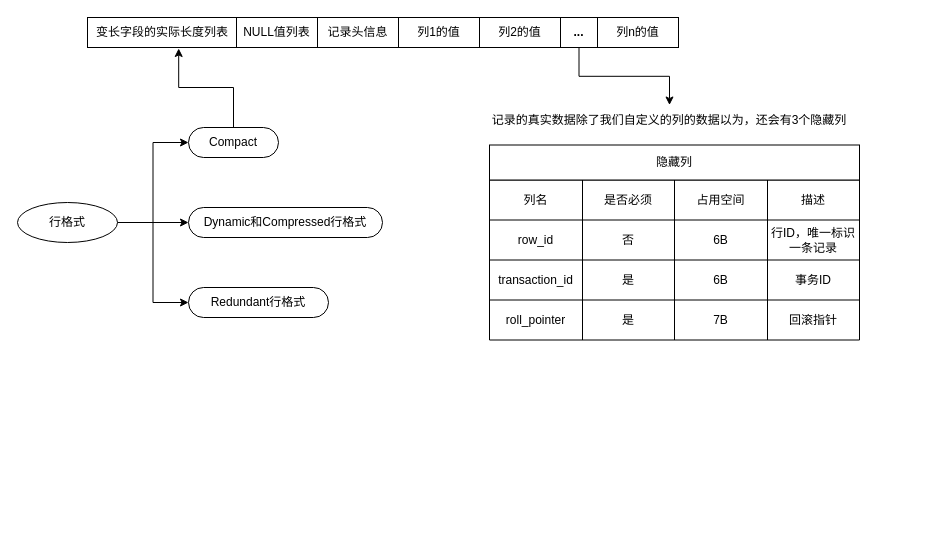
Above: page "行格式" (2 of 4) of 毕设管理系统/B+树.drawio in FdfGithub/drawio (draw.io), before the change. Source tidied: cells renumbered, new cells numbered last; positions are measured from the earlier drawing's top-left corner, leaving out a move shared by most shapes. Both pictures are drawn from the tidied source at 100%, with x=0, y=0 at pixel (17, 17).
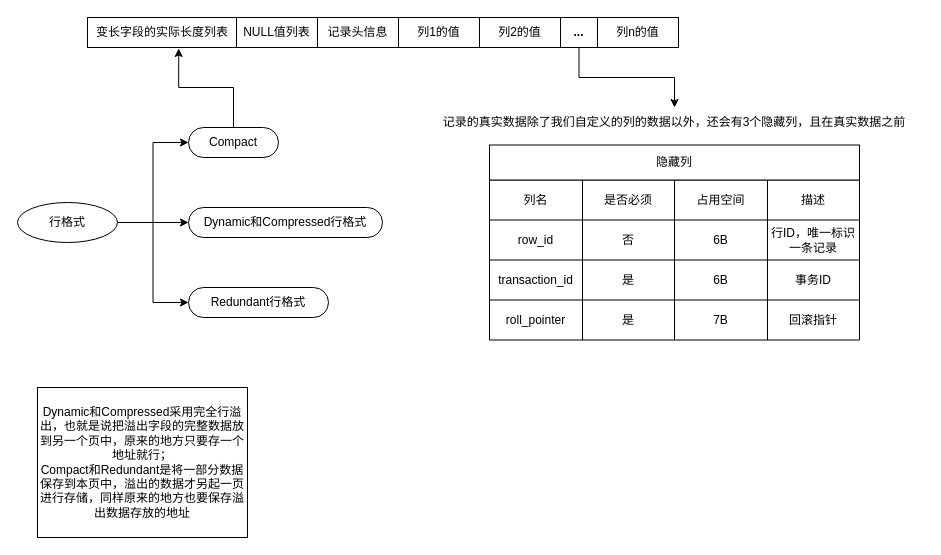
After the change.

Diff of the diagram source:
```diff
@@
-    <mxCell id="39" value="记录的真实数据除了我们自定义的列的数据以为，还会有3个隐藏列" style="text;html=1;strokeColor=none;fillColor=none;align=center;verticalAlign=middle;whiteSpace=wrap;rounded=0;" parent="1" vertex="1">
-      <mxGeometry x="462" y="87.5" width="380" height="30" as="geometry" />
+    <mxCell id="39" value="记录的真实数据除了我们自定义的列的数据以外，还会有3个隐藏列，且在真实数据之前" style="text;html=1;strokeColor=none;fillColor=none;align=center;verticalAlign=middle;whiteSpace=wrap;rounded=0;" parent="1" vertex="1">
+      <mxGeometry x="408" y="90" width="498" height="30" as="geometry" />
     </mxCell>
@@
+    <mxCell id="41" value="Dynamic和Compressed采用完全行溢出，也就是说把溢出字段的完整数据放到另一个页中，原来的地方只要存一个地址就行；&lt;br&gt;Compact和Redundant是将一部分数据保存到本页中，溢出的数据才另起一页进行存储，同样原来的地方也要保存溢出数据存放的地址" style="rounded=0;whiteSpace=wrap;html=1;" parent="1" vertex="1">
+      <mxGeometry x="20" y="370" width="210" height="150" as="geometry" />
+    </mxCell>
```
